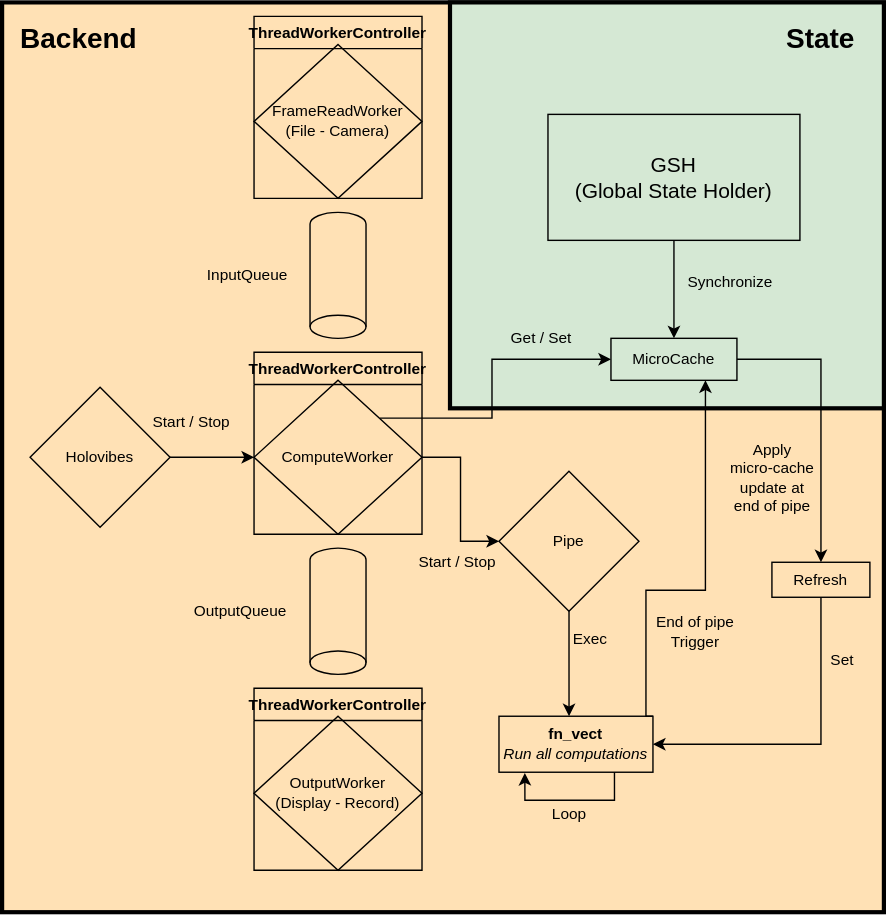
The draw.io diagram docs/Flowchart/Compute-worker.svg in DigitalHolography/Holovibes, before a commit. Source tidied: cells renumbered, new cells last; positions are measured from the earlier drawing's top-left corner, leaving out a move shared by most shapes.
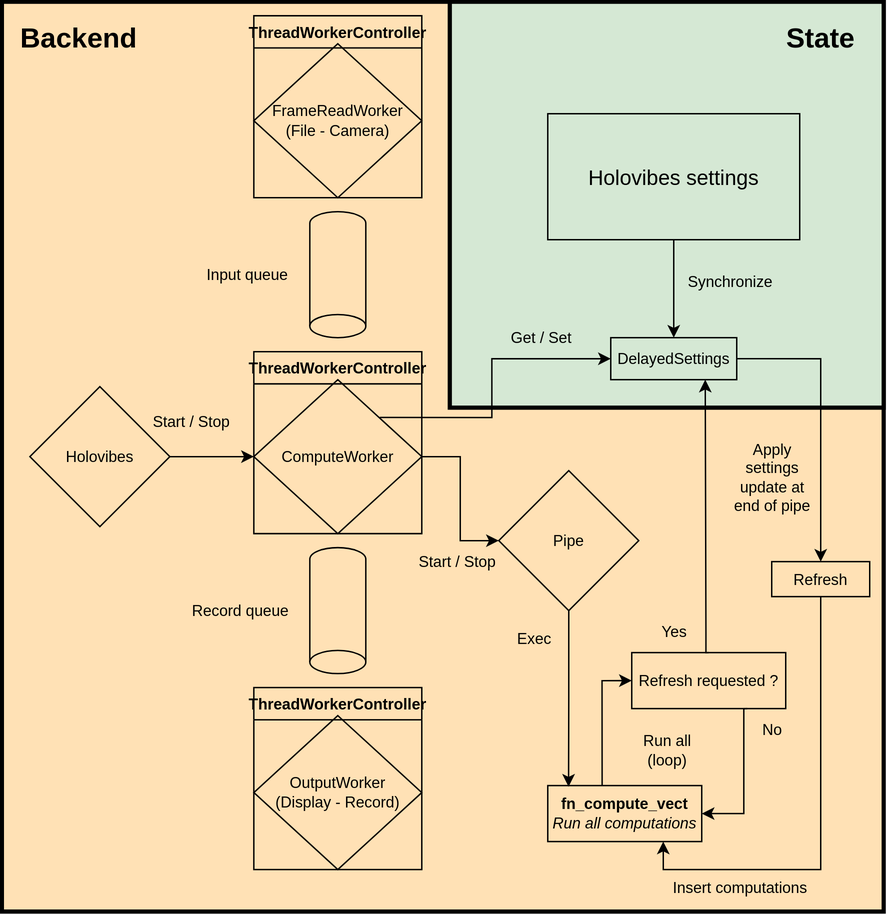
The same diagram one commit later.

What changed in the source:
```diff
@@ -23,21 +23,24 @@
     <mxCell id="8" value="Start / Stop" style="text;html=1;align=center;verticalAlign=middle;strokeColor=none;fillColor=none;fontSize=11;" parent="1" vertex="1">
       <mxGeometry x="100" y="290" width="70" height="20" as="geometry" />
     </mxCell>
-    <mxCell id="9" style="edgeStyle=orthogonalEdgeStyle;rounded=0;jettySize=auto;html=1;exitX=1;exitY=0;exitDx=0;exitDy=0;entryX=0.75;entryY=1;entryDx=0;entryDy=0;fontSize=11;strokeColor=default;strokeWidth=1;" parent="1" edge="1" source="10" target="22">
+    <mxCell id="9" style="edgeStyle=orthogonalEdgeStyle;rounded=0;jettySize=auto;html=1;entryX=0.75;entryY=1;entryDx=0;entryDy=0;fontSize=11;strokeColor=default;strokeWidth=1;exitX=0.5;exitY=0;exitDx=0;exitDy=0;" parent="1" edge="1" source="43" target="22">
       <mxGeometry relative="1" as="geometry">
         <Array as="points">
-          <mxPoint x="460" y="420" />
-          <mxPoint x="503" y="420" />
+          <mxPoint x="503" y="465" />
+          <mxPoint x="503" y="450" />
         </Array>
       </mxGeometry>
     </mxCell>
+    <mxCell id="41" style="edgeStyle=orthogonalEdgeStyle;rounded=0;jettySize=auto;html=1;exitX=0.353;exitY=0;exitDx=0;exitDy=0;entryX=0;entryY=0.5;entryDx=0;entryDy=0;exitPerimeter=0;" parent="1" edge="1" source="10" target="43">
+      <mxGeometry relative="1" as="geometry" />
+    </mxCell>
-    <mxCell id="10" value="&lt;b&gt;fn_vect&lt;/b&gt;&lt;br&gt;&lt;i&gt;Run all computations&lt;br&gt;&lt;/i&gt;" style="rounded=0;whiteSpace=wrap;html=1;fontSize=11;fillColor=none;" parent="1" vertex="1">
-      <mxGeometry x="355" y="510" width="110" height="40" as="geometry" />
+    <mxCell id="10" value="&lt;b&gt;fn_compute_vect&lt;/b&gt;&lt;br&gt;&lt;i&gt;Run all computations&lt;br&gt;&lt;/i&gt;" style="rounded=0;whiteSpace=wrap;html=1;fontSize=11;fillColor=none;" parent="1" vertex="1">
+      <mxGeometry x="390" y="560" width="110" height="40" as="geometry" />
     </mxCell>
     <mxCell id="11" value="Start / Stop" style="text;html=1;align=center;verticalAlign=middle;strokeColor=none;fillColor=none;fontSize=11;" parent="1" vertex="1">
       <mxGeometry x="290" y="390" width="70" height="20" as="geometry" />
     </mxCell>
-    <mxCell id="12" style="edgeStyle=orthogonalEdgeStyle;rounded=0;jettySize=auto;html=1;fontSize=11;strokeColor=default;entryX=0.455;entryY=0;entryDx=0;entryDy=0;entryPerimeter=0;" parent="1" edge="1" source="13" target="10">
+    <mxCell id="12" style="edgeStyle=orthogonalEdgeStyle;rounded=0;jettySize=auto;html=1;fontSize=11;strokeColor=default;entryX=0.135;entryY=0.02;entryDx=0;entryDy=0;entryPerimeter=0;" parent="1" edge="1" source="13" target="10">
       <mxGeometry relative="1" as="geometry" />
     </mxCell>
     <mxCell id="13" value="Pipe" style="rhombus;whiteSpace=wrap;html=1;fontSize=11;fillColor=none;" parent="1" vertex="1">
@@ -46,7 +49,7 @@
     <mxCell id="14" style="edgeStyle=orthogonalEdgeStyle;rounded=0;jettySize=auto;html=1;fontSize=11;strokeColor=default;strokeWidth=1;" parent="1" edge="1" source="15" target="22">
       <mxGeometry relative="1" as="geometry" />
     </mxCell>
-    <mxCell id="15" value="&lt;div style=&quot;font-size: 15px;&quot;&gt;GSH&lt;/div&gt;(Global State Holder)" style="whiteSpace=wrap;html=1;fontSize=15;fillColor=none;" parent="1" vertex="1">
+    <mxCell id="15" value="&lt;div style=&quot;font-size: 15px;&quot;&gt;Holovibes settings&lt;/div&gt;" style="whiteSpace=wrap;html=1;fontSize=15;fillColor=none;" parent="1" vertex="1">
       <mxGeometry x="390" y="80" width="180" height="90" as="geometry" />
     </mxCell>
     <mxCell id="16" style="edgeStyle=orthogonalEdgeStyle;rounded=0;jettySize=auto;html=1;entryX=0;entryY=0.5;entryDx=0;entryDy=0;fontSize=11;strokeColor=default;strokeWidth=1;" parent="1" edge="1" source="7" target="13">
@@ -61,13 +64,13 @@
     <mxCell id="19" style="strokeWidth=1;html=1;shape=mxgraph.flowchart.direct_data;whiteSpace=wrap;fontSize=11;direction=south;strokeColor=#000000;fillColor=none;" parent="1" vertex="1">
       <mxGeometry x="220" y="150" width="40" height="90" as="geometry" />
     </mxCell>
-    <mxCell id="20" value="InputQueue" style="text;html=1;align=center;verticalAlign=middle;strokeColor=none;fillColor=none;fontSize=11;" parent="1" vertex="1">
-      <mxGeometry x="140" y="185" width="70" height="20" as="geometry" />
+    <mxCell id="20" value="Input queue" style="text;html=1;align=center;verticalAlign=middle;strokeColor=none;fillColor=none;fontSize=11;" parent="1" vertex="1">
+      <mxGeometry x="135" y="180" width="80" height="30" as="geometry" />
     </mxCell>
     <mxCell id="21" style="edgeStyle=orthogonalEdgeStyle;rounded=0;jettySize=auto;html=1;exitX=1;exitY=0.5;exitDx=0;exitDy=0;fontSize=11;strokeColor=default;strokeWidth=1;" parent="1" edge="1" source="22" target="35">
       <mxGeometry relative="1" as="geometry" />
     </mxCell>
-    <mxCell id="22" value="MicroCache" style="rounded=0;whiteSpace=wrap;html=1;fontSize=11;strokeColor=#000000;strokeWidth=1;fillColor=none;" parent="1" vertex="1">
+    <mxCell id="22" value="DelayedSettings" style="rounded=0;whiteSpace=wrap;html=1;fontSize=11;strokeColor=#000000;strokeWidth=1;fillColor=none;" parent="1" vertex="1">
       <mxGeometry x="435" y="240" width="90" height="30" as="geometry" />
     </mxCell>
     <mxCell id="23" value="Synchronize" style="text;html=1;align=center;verticalAlign=middle;strokeColor=none;fillColor=none;fontSize=11;" parent="1" vertex="1">
@@ -88,8 +91,8 @@
     <mxCell id="26" style="strokeWidth=1;html=1;shape=mxgraph.flowchart.direct_data;whiteSpace=wrap;fontSize=11;direction=south;strokeColor=#000000;fillColor=none;" parent="1" vertex="1">
       <mxGeometry x="220" y="390" width="40" height="90" as="geometry" />
     </mxCell>
-    <mxCell id="27" value="OutputQueue" style="text;html=1;align=center;verticalAlign=middle;strokeColor=none;fillColor=none;fontSize=11;" parent="1" vertex="1">
-      <mxGeometry x="130" y="425" width="80" height="20" as="geometry" />
+    <mxCell id="27" value="Record queue" style="text;html=1;align=center;verticalAlign=middle;strokeColor=none;fillColor=none;fontSize=11;" parent="1" vertex="1">
+      <mxGeometry x="125" y="420" width="90" height="30" as="geometry" />
     </mxCell>
     <mxCell id="28" value="ThreadWorkerController" style="swimlane;fontSize=11;fillColor=none;" parent="1" vertex="1">
       <mxGeometry x="180" y="490" width="120" height="130" as="geometry" />
@@ -103,33 +106,26 @@
         <mxPoint x="230" y="480" as="targetPoint" />
       </mxGeometry>
     </mxCell>
-    <mxCell id="31" style="edgeStyle=orthogonalEdgeStyle;rounded=0;orthogonalLoop=1;jettySize=auto;html=1;exitX=0.75;exitY=1;exitDx=0;exitDy=0;entryX=0.168;entryY=1.013;entryDx=0;entryDy=0;entryPerimeter=0;fontSize=11;strokeColor=default;strokeWidth=1;" parent="1" edge="1" source="10" target="10">
-      <mxGeometry relative="1" as="geometry" />
-    </mxCell>
-    <mxCell id="32" value="Loop" style="text;html=1;align=center;verticalAlign=middle;strokeColor=none;fillColor=none;fontSize=11;" parent="1" vertex="1">
-      <mxGeometry x="385" y="570" width="40" height="20" as="geometry" />
+    <mxCell id="32" value="Run all&lt;br&gt;(loop)" style="text;html=1;align=center;verticalAlign=middle;strokeColor=none;fillColor=none;fontSize=11;" parent="1" vertex="1">
+      <mxGeometry x="450" y="520" width="50" height="30" as="geometry" />
     </mxCell>
     <mxCell id="33" value="Exec" style="text;html=1;align=center;verticalAlign=middle;strokeColor=none;fillColor=none;fontSize=11;" parent="1" vertex="1">
-      <mxGeometry x="400" y="445" width="40" height="20" as="geometry" />
+      <mxGeometry x="360" y="445" width="40" height="20" as="geometry" />
     </mxCell>
-    <mxCell id="34" style="edgeStyle=orthogonalEdgeStyle;rounded=0;jettySize=auto;html=1;entryX=1;entryY=0.5;entryDx=0;entryDy=0;fontSize=11;strokeColor=default;strokeWidth=1;" parent="1" edge="1" source="35" target="10">
-      <mxGeometry relative="1" as="geometry">
-        <Array as="points">
-          <mxPoint x="585" y="530" />
-        </Array>
-      </mxGeometry>
+    <mxCell id="34" style="edgeStyle=orthogonalEdgeStyle;rounded=0;jettySize=auto;html=1;exitX=0.5;exitY=1;exitDx=0;exitDy=0;entryX=0.75;entryY=1;entryDx=0;entryDy=0;" parent="1" edge="1" source="35" target="10">
+      <mxGeometry relative="1" as="geometry" />
     </mxCell>
     <mxCell id="35" value="Refresh" style="rounded=0;whiteSpace=wrap;html=1;fontSize=11;strokeColor=#000000;strokeWidth=1;fillColor=none;" parent="1" vertex="1">
       <mxGeometry x="550" y="400" width="70" height="25" as="geometry" />
     </mxCell>
-    <mxCell id="36" value="End of pipe&lt;br&gt;Trigger" style="text;html=1;align=center;verticalAlign=middle;strokeColor=none;fillColor=none;fontSize=11;" parent="1" vertex="1">
-      <mxGeometry x="460" y="435" width="70" height="30" as="geometry" />
+    <mxCell id="36" value="Yes" style="text;html=1;align=center;verticalAlign=middle;strokeColor=none;fillColor=none;fontSize=11;" parent="1" vertex="1">
+      <mxGeometry x="460" y="435" width="40" height="30" as="geometry" />
     </mxCell>
-    <mxCell id="37" value="Apply &lt;br&gt;micro-cache&lt;br&gt;update at &lt;br&gt;end of pipe" style="text;html=1;align=center;verticalAlign=middle;strokeColor=none;fillColor=none;fontSize=11;" parent="1" vertex="1">
-      <mxGeometry x="510" y="310" width="80" height="60" as="geometry" />
+    <mxCell id="37" value="Apply &lt;br&gt;settings&lt;br&gt;update at &lt;br&gt;end of pipe" style="text;html=1;align=center;verticalAlign=middle;strokeColor=none;fillColor=none;fontSize=11;" parent="1" vertex="1">
+      <mxGeometry x="510" y="305" width="80" height="70" as="geometry" />
     </mxCell>
-    <mxCell id="38" value="Set" style="text;html=1;align=center;verticalAlign=middle;strokeColor=none;fillColor=none;fontSize=11;" parent="1" vertex="1">
-      <mxGeometry x="585" y="460" width="30" height="20" as="geometry" />
+    <mxCell id="38" value="Insert computations" style="text;html=1;align=center;verticalAlign=middle;strokeColor=none;fillColor=none;fontSize=11;" parent="1" vertex="1">
+      <mxGeometry x="467" y="618" width="120" height="30" as="geometry" />
     </mxCell>
     <mxCell id="39" value="&lt;font style=&quot;font-size: 20px&quot;&gt;&lt;b&gt;State&lt;/b&gt;&lt;/font&gt;" style="text;html=1;strokeColor=none;fillColor=none;align=center;verticalAlign=middle;whiteSpace=wrap;rounded=0;labelBackgroundColor=none;fontSize=14;fontColor=default;" parent="1" vertex="1">
       <mxGeometry x="540" width="90" height="50" as="geometry" />
@@ -137,5 +133,19 @@
     <mxCell id="40" value="&lt;font style=&quot;font-size: 20px&quot;&gt;&lt;b&gt;&lt;font style=&quot;font-size: 20px&quot;&gt;Backend&lt;/font&gt;&lt;/b&gt;&lt;/font&gt;" style="text;html=1;strokeColor=none;fillColor=none;align=center;verticalAlign=middle;whiteSpace=wrap;rounded=0;labelBackgroundColor=none;fontSize=14;fontColor=default;" parent="1" vertex="1">
       <mxGeometry x="10" width="90" height="50" as="geometry" />
     </mxCell>
+    <mxCell id="42" style="edgeStyle=orthogonalEdgeStyle;rounded=0;jettySize=auto;html=1;exitX=0.75;exitY=1;exitDx=0;exitDy=0;entryX=1;entryY=0.5;entryDx=0;entryDy=0;" parent="1" edge="1" source="43" target="10">
+      <mxGeometry relative="1" as="geometry">
+        <Array as="points">
+          <mxPoint x="530" y="505" />
+          <mxPoint x="530" y="580" />
+        </Array>
+      </mxGeometry>
+    </mxCell>
+    <mxCell id="43" value="Refresh requested ?" style="rounded=0;whiteSpace=wrap;html=1;fontSize=11;fillColor=none;" parent="1" vertex="1">
+      <mxGeometry x="450" y="465" width="110" height="40" as="geometry" />
+    </mxCell>
+    <mxCell id="44" value="No" style="text;html=1;align=center;verticalAlign=middle;strokeColor=none;fillColor=none;fontSize=11;" parent="1" vertex="1">
+      <mxGeometry x="530" y="505" width="40" height="30" as="geometry" />
+    </mxCell>
   </root>
 </mxGraphModel>
```
